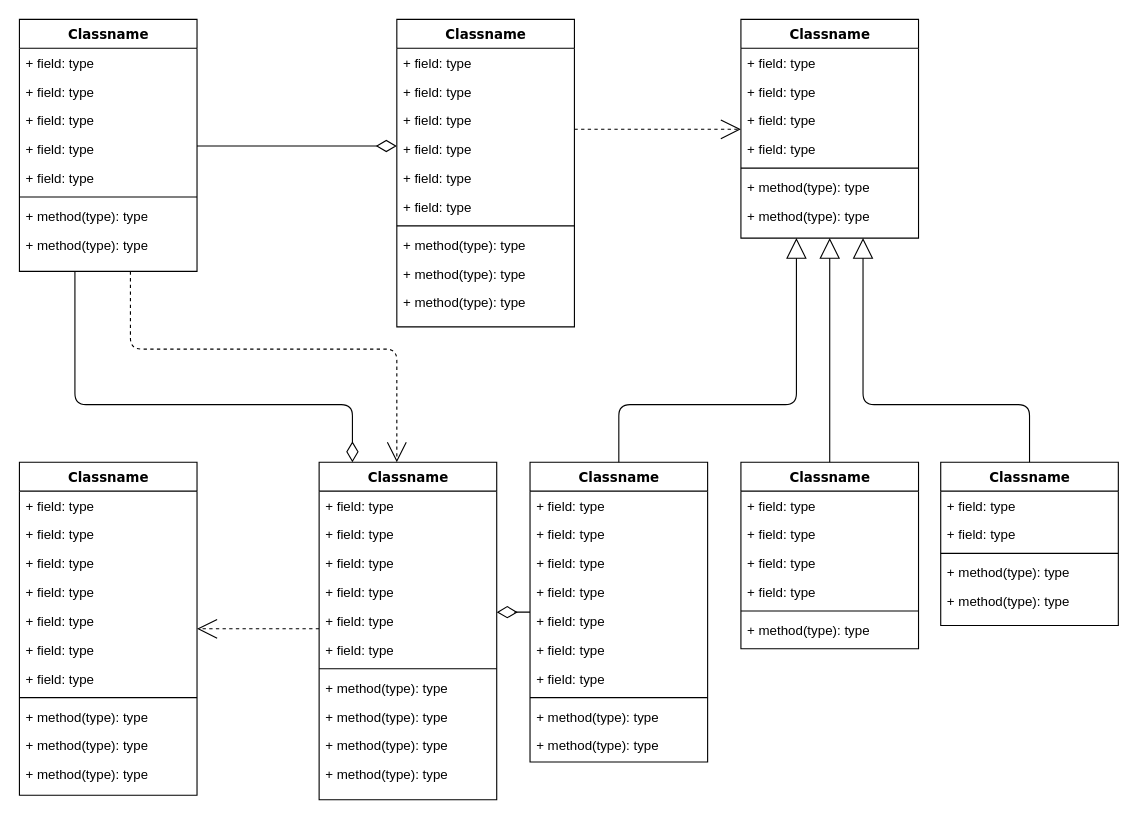
Earlier version of the draw.io diagram Untitled Diagram.drawio (dirtysmile/raffle). Source tidied: cells renumbered, new cells numbered last; positions are measured from the earlier drawing's top-left corner, leaving out a move shared by most shapes. Both pictures are drawn from the tidied source at 111%, with x=0, y=0 at pixel (19, 19).
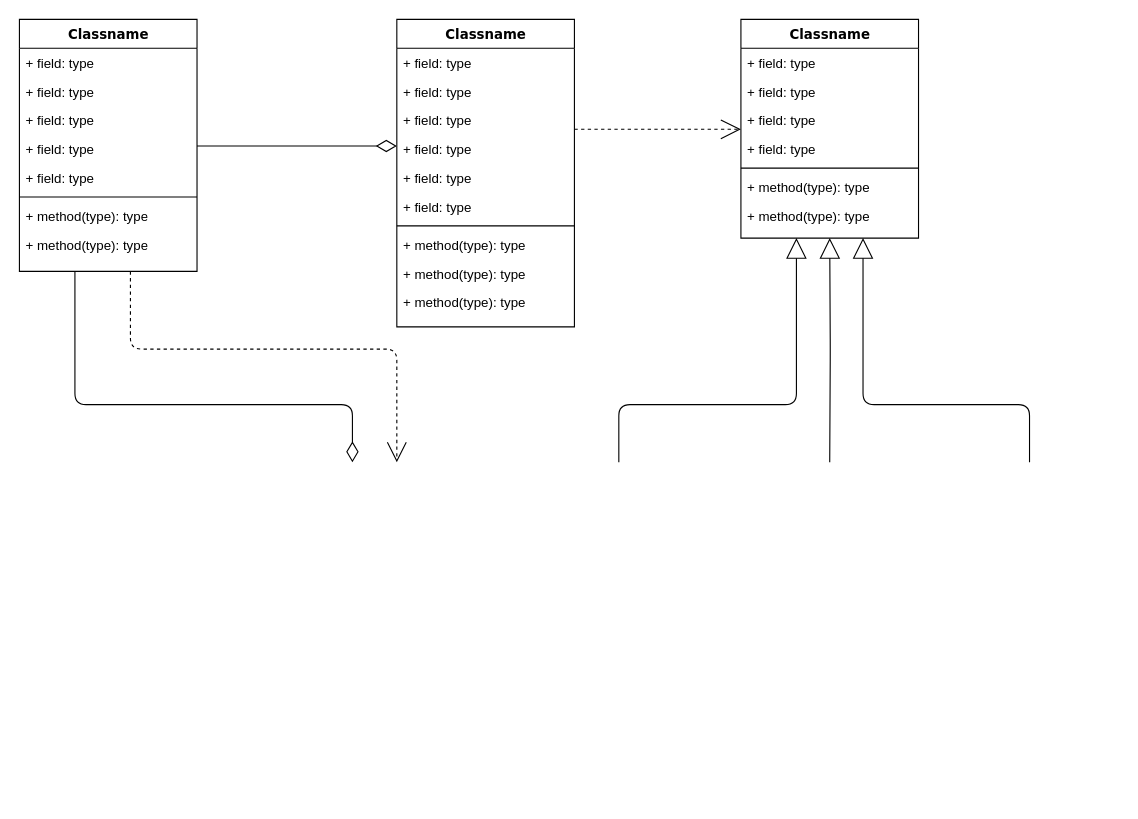
Above is the later version.

The change refers to these unchanged cells:
```xml
<mxCell id="4" value="Classname" style="swimlane;html=1;fontStyle=1;align=center;verticalAlign=top;horizontal=1;startSize=26;swimlaneFillColor=#ffffff;rounded=0;shadow=0;comic=0;labelBackgroundColor=none;strokeWidth=1;fillColor=none;fontFamily=Verdana;fontSize=12;" parent="1" vertex="1">
  <mxGeometry width="160" height="227" as="geometry" />
</mxCell>
<mxCell id="25" value="Classname" style="swimlane;html=1;fontStyle=1;align=center;verticalAlign=top;horizontal=1;startSize=26;swimlaneFillColor=#ffffff;rounded=0;shadow=0;comic=0;labelBackgroundColor=none;strokeWidth=1;fillColor=none;fontFamily=Verdana;fontSize=12;" parent="1" vertex="1">
  <mxGeometry x="650" width="160" height="197" as="geometry" />
</mxCell>
```

Change to the diagram source:
```diff
@@
-    <mxCell id="2" style="edgeStyle=orthogonalEdgeStyle;html=1;labelBackgroundColor=none;startFill=0;startSize=8;endArrow=open;endFill=0;endSize=16;fontFamily=Verdana;fontSize=12;dashed=1;" parent="1" edge="1" source="4" target="47">
+    <mxCell id="2" style="edgeStyle=orthogonalEdgeStyle;html=1;labelBackgroundColor=none;startFill=0;startSize=8;endArrow=open;endFill=0;endSize=16;fontFamily=Verdana;fontSize=12;dashed=1;" parent="1" edge="1" source="4">
       <mxGeometry relative="1" as="geometry">
+        <mxPoint x="340" y="399" as="targetPoint" />
         <Array as="points">
           <mxPoint x="100" y="297" />
           <mxPoint x="340" y="297" />
         </Array>
       </mxGeometry>
     </mxCell>
-    <mxCell id="3" style="edgeStyle=orthogonalEdgeStyle;html=1;labelBackgroundColor=none;startFill=0;startSize=8;endArrow=diamondThin;endFill=0;endSize=16;fontFamily=Verdana;fontSize=12;" parent="1" edge="1" source="4" target="47">
+    <mxCell id="3" style="edgeStyle=orthogonalEdgeStyle;html=1;labelBackgroundColor=none;startFill=0;startSize=8;endArrow=diamondThin;endFill=0;endSize=16;fontFamily=Verdana;fontSize=12;" parent="1" edge="1" source="4">
       <mxGeometry relative="1" as="geometry">
+        <mxPoint x="300" y="399" as="targetPoint" />
         <Array as="points">
           <mxPoint x="50" y="347" />
           <mxPoint x="300" y="347" />
         </Array>
       </mxGeometry>
     </mxCell>
@@
-    <mxCell id="33" style="edgeStyle=elbowEdgeStyle;html=1;labelBackgroundColor=none;startFill=0;startSize=8;endArrow=open;endFill=0;endSize=16;fontFamily=Verdana;fontSize=12;elbow=vertical;dashed=1;" parent="1" edge="1" source="47" target="34">
-      <mxGeometry relative="1" as="geometry" />
-    </mxCell>
-    <mxCell id="34" value="Classname" style="swimlane;html=1;fontStyle=1;align=center;verticalAlign=top;horizontal=1;startSize=26;swimlaneFillColor=#ffffff;rounded=0;shadow=0;comic=0;labelBackgroundColor=none;strokeWidth=1;fillColor=none;fontFamily=Verdana;fontSize=12;" parent="1" vertex="1">
-      <mxGeometry y="399" width="160" height="300" as="geometry" />
-    </mxCell>
-    <mxCell id="35" value="+ field: type" style="text;html=1;strokeColor=none;fillColor=none;align=left;verticalAlign=top;spacingLeft=4;spacingRight=4;whiteSpace=wrap;overflow=hidden;" parent="34" vertex="1">
-      <mxGeometry y="26" width="160" height="26" as="geometry" />
-    </mxCell>
-    <mxCell id="36" value="+ field: type" style="text;html=1;strokeColor=none;fillColor=none;align=left;verticalAlign=top;spacingLeft=4;spacingRight=4;whiteSpace=wrap;overflow=hidden;" parent="34" vertex="1">
-      <mxGeometry y="52" width="160" height="26" as="geometry" />
-    </mxCell>
-    <mxCell id="37" value="+ field: type" style="text;html=1;strokeColor=none;fillColor=none;align=left;verticalAlign=top;spacingLeft=4;spacingRight=4;whiteSpace=wrap;overflow=hidden;" parent="34" vertex="1">
-      <mxGeometry y="78" width="160" height="26" as="geometry" />
-    </mxCell>
-    <mxCell id="38" value="+ field: type" style="text;html=1;strokeColor=none;fillColor=none;align=left;verticalAlign=top;spacingLeft=4;spacingRight=4;whiteSpace=wrap;overflow=hidden;" parent="34" vertex="1">
-      <mxGeometry y="104" width="160" height="26" as="geometry" />
-    </mxCell>
-    <mxCell id="39" value="+ field: type" style="text;html=1;strokeColor=none;fillColor=none;align=left;verticalAlign=top;spacingLeft=4;spacingRight=4;whiteSpace=wrap;overflow=hidden;" parent="34" vertex="1">
-      <mxGeometry y="130" width="160" height="26" as="geometry" />
-    </mxCell>
-    <mxCell id="40" value="+ field: type" style="text;html=1;strokeColor=none;fillColor=none;align=left;verticalAlign=top;spacingLeft=4;spacingRight=4;whiteSpace=wrap;overflow=hidden;" parent="34" vertex="1">
-      <mxGeometry y="156" width="160" height="26" as="geometry" />
-    </mxCell>
-    <mxCell id="41" value="+ field: type" style="text;html=1;strokeColor=none;fillColor=none;align=left;verticalAlign=top;spacingLeft=4;spacingRight=4;whiteSpace=wrap;overflow=hidden;" parent="34" vertex="1">
-      <mxGeometry y="182" width="160" height="26" as="geometry" />
-    </mxCell>
-    <mxCell id="42" style="line;html=1;strokeWidth=1;fillColor=none;align=left;verticalAlign=middle;spacingTop=-1;spacingLeft=3;spacingRight=3;labelPosition=right;" parent="34" vertex="1">
-      <mxGeometry y="208" width="160" height="8" as="geometry" />
-    </mxCell>
-    <mxCell id="43" value="+ method(type): type" style="text;html=1;strokeColor=none;fillColor=none;align=left;verticalAlign=top;spacingLeft=4;spacingRight=4;whiteSpace=wrap;overflow=hidden;" parent="34" vertex="1">
-      <mxGeometry y="216" width="160" height="26" as="geometry" />
-    </mxCell>
-    <mxCell id="44" value="+ method(type): type" style="text;html=1;strokeColor=none;fillColor=none;align=left;verticalAlign=top;spacingLeft=4;spacingRight=4;whiteSpace=wrap;overflow=hidden;" parent="34" vertex="1">
-      <mxGeometry y="242" width="160" height="26" as="geometry" />
-    </mxCell>
-    <mxCell id="45" value="+ method(type): type" style="text;html=1;strokeColor=none;fillColor=none;align=left;verticalAlign=top;spacingLeft=4;spacingRight=4;whiteSpace=wrap;overflow=hidden;" parent="34" vertex="1">
-      <mxGeometry y="268" width="160" height="26" as="geometry" />
-    </mxCell>
-    <mxCell id="46" style="edgeStyle=elbowEdgeStyle;html=1;labelBackgroundColor=none;startFill=0;startSize=8;endArrow=diamondThin;endFill=0;endSize=16;fontFamily=Verdana;fontSize=12;elbow=vertical;" parent="1" edge="1" source="60" target="47">
-      <mxGeometry relative="1" as="geometry" />
-    </mxCell>
-    <mxCell id="47" value="Classname" style="swimlane;html=1;fontStyle=1;align=center;verticalAlign=top;horizontal=1;startSize=26;swimlaneFillColor=#ffffff;rounded=0;shadow=0;comic=0;labelBackgroundColor=none;strokeWidth=1;fillColor=none;fontFamily=Verdana;fontSize=12;" parent="1" vertex="1">
-      <mxGeometry x="270" y="399" width="160" height="304" as="geometry" />
-    </mxCell>
-    <mxCell id="48" value="+ field: type" style="text;html=1;strokeColor=none;fillColor=none;align=left;verticalAlign=top;spacingLeft=4;spacingRight=4;whiteSpace=wrap;overflow=hidden;" parent="47" vertex="1">
-      <mxGeometry y="26" width="160" height="26" as="geometry" />
-    </mxCell>
-    <mxCell id="49" value="+ field: type" style="text;html=1;strokeColor=none;fillColor=none;align=left;verticalAlign=top;spacingLeft=4;spacingRight=4;whiteSpace=wrap;overflow=hidden;" parent="47" vertex="1">
-      <mxGeometry y="52" width="160" height="26" as="geometry" />
-    </mxCell>
-    <mxCell id="50" value="+ field: type" style="text;html=1;strokeColor=none;fillColor=none;align=left;verticalAlign=top;spacingLeft=4;spacingRight=4;whiteSpace=wrap;overflow=hidden;" parent="47" vertex="1">
-      <mxGeometry y="78" width="160" height="26" as="geometry" />
-    </mxCell>
-    <mxCell id="51" value="+ field: type" style="text;html=1;strokeColor=none;fillColor=none;align=left;verticalAlign=top;spacingLeft=4;spacingRight=4;whiteSpace=wrap;overflow=hidden;" parent="47" vertex="1">
-      <mxGeometry y="104" width="160" height="26" as="geometry" />
-    </mxCell>
-    <mxCell id="52" value="+ field: type" style="text;html=1;strokeColor=none;fillColor=none;align=left;verticalAlign=top;spacingLeft=4;spacingRight=4;whiteSpace=wrap;overflow=hidden;" parent="47" vertex="1">
-      <mxGeometry y="130" width="160" height="26" as="geometry" />
-    </mxCell>
-    <mxCell id="53" value="+ field: type" style="text;html=1;strokeColor=none;fillColor=none;align=left;verticalAlign=top;spacingLeft=4;spacingRight=4;whiteSpace=wrap;overflow=hidden;" parent="47" vertex="1">
-      <mxGeometry y="156" width="160" height="26" as="geometry" />
-    </mxCell>
-    <mxCell id="54" style="line;html=1;strokeWidth=1;fillColor=none;align=left;verticalAlign=middle;spacingTop=-1;spacingLeft=3;spacingRight=3;labelPosition=right;" parent="47" vertex="1">
-      <mxGeometry y="182" width="160" height="8" as="geometry" />
-    </mxCell>
-    <mxCell id="55" value="+ method(type): type" style="text;html=1;strokeColor=none;fillColor=none;align=left;verticalAlign=top;spacingLeft=4;spacingRight=4;whiteSpace=wrap;overflow=hidden;" parent="47" vertex="1">
-      <mxGeometry y="190" width="160" height="26" as="geometry" />
-    </mxCell>
-    <mxCell id="56" value="+ method(type): type" style="text;html=1;strokeColor=none;fillColor=none;align=left;verticalAlign=top;spacingLeft=4;spacingRight=4;whiteSpace=wrap;overflow=hidden;" parent="47" vertex="1">
-      <mxGeometry y="216" width="160" height="26" as="geometry" />
-    </mxCell>
-    <mxCell id="57" value="+ method(type): type" style="text;html=1;strokeColor=none;fillColor=none;align=left;verticalAlign=top;spacingLeft=4;spacingRight=4;whiteSpace=wrap;overflow=hidden;" parent="47" vertex="1">
-      <mxGeometry y="242" width="160" height="26" as="geometry" />
-    </mxCell>
-    <mxCell id="58" value="+ method(type): type" style="text;html=1;strokeColor=none;fillColor=none;align=left;verticalAlign=top;spacingLeft=4;spacingRight=4;whiteSpace=wrap;overflow=hidden;" parent="47" vertex="1">
-      <mxGeometry y="268" width="160" height="26" as="geometry" />
-    </mxCell>
-    <mxCell id="59" style="edgeStyle=orthogonalEdgeStyle;html=1;labelBackgroundColor=none;startFill=0;startSize=8;endArrow=block;endFill=0;endSize=16;fontFamily=Verdana;fontSize=12;" parent="1" edge="1" source="60" target="25">
+    <mxCell id="59" style="edgeStyle=orthogonalEdgeStyle;html=1;labelBackgroundColor=none;startFill=0;startSize=8;endArrow=block;endFill=0;endSize=16;fontFamily=Verdana;fontSize=12;" parent="1" edge="1" target="25">
       <mxGeometry relative="1" as="geometry">
+        <mxPoint x="540" y="399" as="sourcePoint" />
         <Array as="points">
           <mxPoint x="540" y="347" />
           <mxPoint x="700" y="347" />
         </Array>
       </mxGeometry>
     </mxCell>
-    <mxCell id="60" value="Classname" style="swimlane;html=1;fontStyle=1;align=center;verticalAlign=top;horizontal=1;startSize=26;swimlaneFillColor=#ffffff;rounded=0;shadow=0;comic=0;labelBackgroundColor=none;strokeWidth=1;fillColor=none;fontFamily=Verdana;fontSize=12;" parent="1" vertex="1">
-      <mxGeometry x="460" y="399" width="160" height="270" as="geometry" />
-    </mxCell>
-    <mxCell id="61" value="+ field: type" style="text;html=1;strokeColor=none;fillColor=none;align=left;verticalAlign=top;spacingLeft=4;spacingRight=4;whiteSpace=wrap;overflow=hidden;" parent="60" vertex="1">
-      <mxGeometry y="26" width="160" height="26" as="geometry" />
-    </mxCell>
-    <mxCell id="62" value="+ field: type" style="text;html=1;strokeColor=none;fillColor=none;align=left;verticalAlign=top;spacingLeft=4;spacingRight=4;whiteSpace=wrap;overflow=hidden;" parent="60" vertex="1">
-      <mxGeometry y="52" width="160" height="26" as="geometry" />
-    </mxCell>
-    <mxCell id="63" value="+ field: type" style="text;html=1;strokeColor=none;fillColor=none;align=left;verticalAlign=top;spacingLeft=4;spacingRight=4;whiteSpace=wrap;overflow=hidden;" parent="60" vertex="1">
-      <mxGeometry y="78" width="160" height="26" as="geometry" />
-    </mxCell>
-    <mxCell id="64" value="+ field: type" style="text;html=1;strokeColor=none;fillColor=none;align=left;verticalAlign=top;spacingLeft=4;spacingRight=4;whiteSpace=wrap;overflow=hidden;" parent="60" vertex="1">
-      <mxGeometry y="104" width="160" height="26" as="geometry" />
-    </mxCell>
-    <mxCell id="65" value="+ field: type" style="text;html=1;strokeColor=none;fillColor=none;align=left;verticalAlign=top;spacingLeft=4;spacingRight=4;whiteSpace=wrap;overflow=hidden;" parent="60" vertex="1">
-      <mxGeometry y="130" width="160" height="26" as="geometry" />
-    </mxCell>
-    <mxCell id="66" value="+ field: type" style="text;html=1;strokeColor=none;fillColor=none;align=left;verticalAlign=top;spacingLeft=4;spacingRight=4;whiteSpace=wrap;overflow=hidden;" parent="60" vertex="1">
-      <mxGeometry y="156" width="160" height="26" as="geometry" />
-    </mxCell>
-    <mxCell id="67" value="+ field: type" style="text;html=1;strokeColor=none;fillColor=none;align=left;verticalAlign=top;spacingLeft=4;spacingRight=4;whiteSpace=wrap;overflow=hidden;" parent="60" vertex="1">
-      <mxGeometry y="182" width="160" height="26" as="geometry" />
-    </mxCell>
-    <mxCell id="68" style="line;html=1;strokeWidth=1;fillColor=none;align=left;verticalAlign=middle;spacingTop=-1;spacingLeft=3;spacingRight=3;labelPosition=right;" parent="60" vertex="1">
-      <mxGeometry y="208" width="160" height="8" as="geometry" />
-    </mxCell>
-    <mxCell id="69" value="+ method(type): type" style="text;html=1;strokeColor=none;fillColor=none;align=left;verticalAlign=top;spacingLeft=4;spacingRight=4;whiteSpace=wrap;overflow=hidden;" parent="60" vertex="1">
-      <mxGeometry y="216" width="160" height="26" as="geometry" />
-    </mxCell>
-    <mxCell id="70" value="+ method(type): type" style="text;html=1;strokeColor=none;fillColor=none;align=left;verticalAlign=top;spacingLeft=4;spacingRight=4;whiteSpace=wrap;overflow=hidden;" parent="60" vertex="1">
-      <mxGeometry y="242" width="160" height="26" as="geometry" />
-    </mxCell>
-    <mxCell id="71" style="edgeStyle=orthogonalEdgeStyle;html=1;labelBackgroundColor=none;startFill=0;startSize=8;endArrow=block;endFill=0;endSize=16;fontFamily=Verdana;fontSize=12;" parent="1" edge="1" source="72" target="25">
-      <mxGeometry relative="1" as="geometry" />
+    <mxCell id="71" style="edgeStyle=orthogonalEdgeStyle;html=1;labelBackgroundColor=none;startFill=0;startSize=8;endArrow=block;endFill=0;endSize=16;fontFamily=Verdana;fontSize=12;" parent="1" edge="1" target="25">
+      <mxGeometry relative="1" as="geometry">
+        <mxPoint x="730" y="399" as="sourcePoint" />
+      </mxGeometry>
     </mxCell>
-    <mxCell id="72" value="Classname" style="swimlane;html=1;fontStyle=1;align=center;verticalAlign=top;horizontal=1;startSize=26;swimlaneFillColor=#ffffff;rounded=0;shadow=0;comic=0;labelBackgroundColor=none;strokeWidth=1;fillColor=none;fontFamily=Verdana;fontSize=12;" parent="1" vertex="1">
-      <mxGeometry x="650" y="399" width="160" height="168" as="geometry" />
-    </mxCell>
-    <mxCell id="73" value="+ field: type" style="text;html=1;strokeColor=none;fillColor=none;align=left;verticalAlign=top;spacingLeft=4;spacingRight=4;whiteSpace=wrap;overflow=hidden;" parent="72" vertex="1">
-      <mxGeometry y="26" width="160" height="26" as="geometry" />
-    </mxCell>
-    <mxCell id="74" value="+ field: type" style="text;html=1;strokeColor=none;fillColor=none;align=left;verticalAlign=top;spacingLeft=4;spacingRight=4;whiteSpace=wrap;overflow=hidden;" parent="72" vertex="1">
-      <mxGeometry y="52" width="160" height="26" as="geometry" />
-    </mxCell>
-    <mxCell id="75" value="+ field: type" style="text;html=1;strokeColor=none;fillColor=none;align=left;verticalAlign=top;spacingLeft=4;spacingRight=4;whiteSpace=wrap;overflow=hidden;" parent="72" vertex="1">
-      <mxGeometry y="78" width="160" height="26" as="geometry" />
-    </mxCell>
-    <mxCell id="76" value="+ field: type" style="text;html=1;strokeColor=none;fillColor=none;align=left;verticalAlign=top;spacingLeft=4;spacingRight=4;whiteSpace=wrap;overflow=hidden;" parent="72" vertex="1">
-      <mxGeometry y="104" width="160" height="26" as="geometry" />
-    </mxCell>
-    <mxCell id="77" style="line;html=1;strokeWidth=1;fillColor=none;align=left;verticalAlign=middle;spacingTop=-1;spacingLeft=3;spacingRight=3;labelPosition=right;" parent="72" vertex="1">
-      <mxGeometry y="130" width="160" height="8" as="geometry" />
-    </mxCell>
-    <mxCell id="78" value="+ method(type): type" style="text;html=1;strokeColor=none;fillColor=none;align=left;verticalAlign=top;spacingLeft=4;spacingRight=4;whiteSpace=wrap;overflow=hidden;" parent="72" vertex="1">
-      <mxGeometry y="138" width="160" height="26" as="geometry" />
-    </mxCell>
-    <mxCell id="79" style="edgeStyle=orthogonalEdgeStyle;html=1;labelBackgroundColor=none;startFill=0;startSize=8;endArrow=block;endFill=0;endSize=16;fontFamily=Verdana;fontSize=12;" parent="1" edge="1" source="80" target="25">
+    <mxCell id="79" style="edgeStyle=orthogonalEdgeStyle;html=1;labelBackgroundColor=none;startFill=0;startSize=8;endArrow=block;endFill=0;endSize=16;fontFamily=Verdana;fontSize=12;" parent="1" edge="1" target="25">
       <mxGeometry relative="1" as="geometry">
+        <mxPoint x="910" y="399" as="sourcePoint" />
         <Array as="points">
           <mxPoint x="910" y="347" />
           <mxPoint x="760" y="347" />
         </Array>
       </mxGeometry>
     </mxCell>
-    <mxCell id="80" value="Classname" style="swimlane;html=1;fontStyle=1;align=center;verticalAlign=top;horizontal=1;startSize=26;swimlaneFillColor=#ffffff;rounded=0;shadow=0;comic=0;labelBackgroundColor=none;strokeWidth=1;fillColor=none;fontFamily=Verdana;fontSize=12;" parent="1" vertex="1">
-      <mxGeometry x="830" y="399" width="160" height="147" as="geometry" />
-    </mxCell>
-    <mxCell id="81" value="+ field: type" style="text;html=1;strokeColor=none;fillColor=none;align=left;verticalAlign=top;spacingLeft=4;spacingRight=4;whiteSpace=wrap;overflow=hidden;" parent="80" vertex="1">
-      <mxGeometry y="26" width="160" height="26" as="geometry" />
-    </mxCell>
-    <mxCell id="82" value="+ field: type" style="text;html=1;strokeColor=none;fillColor=none;align=left;verticalAlign=top;spacingLeft=4;spacingRight=4;whiteSpace=wrap;overflow=hidden;" parent="80" vertex="1">
-      <mxGeometry y="52" width="160" height="26" as="geometry" />
-    </mxCell>
-    <mxCell id="83" style="line;html=1;strokeWidth=1;fillColor=none;align=left;verticalAlign=middle;spacingTop=-1;spacingLeft=3;spacingRight=3;labelPosition=right;" parent="80" vertex="1">
-      <mxGeometry y="78" width="160" height="8" as="geometry" />
-    </mxCell>
-    <mxCell id="84" value="+ method(type): type" style="text;html=1;strokeColor=none;fillColor=none;align=left;verticalAlign=top;spacingLeft=4;spacingRight=4;whiteSpace=wrap;overflow=hidden;" parent="80" vertex="1">
-      <mxGeometry y="86" width="160" height="26" as="geometry" />
-    </mxCell>
-    <mxCell id="85" value="+ method(type): type" style="text;html=1;strokeColor=none;fillColor=none;align=left;verticalAlign=top;spacingLeft=4;spacingRight=4;whiteSpace=wrap;overflow=hidden;" parent="80" vertex="1">
-      <mxGeometry y="112" width="160" height="26" as="geometry" />
-    </mxCell>
```
